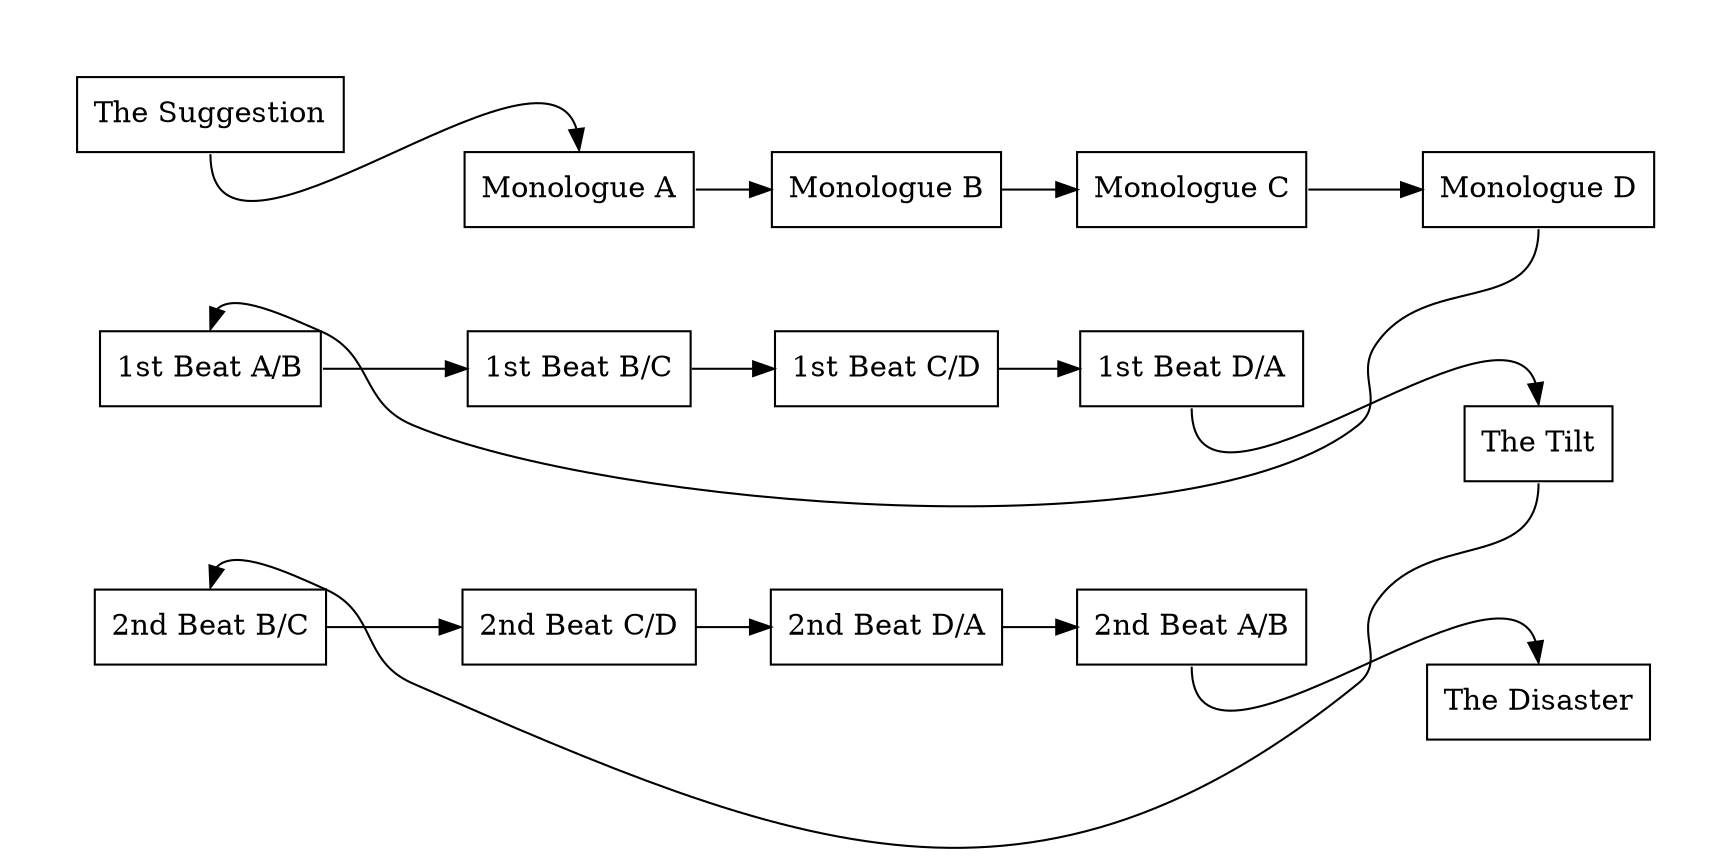
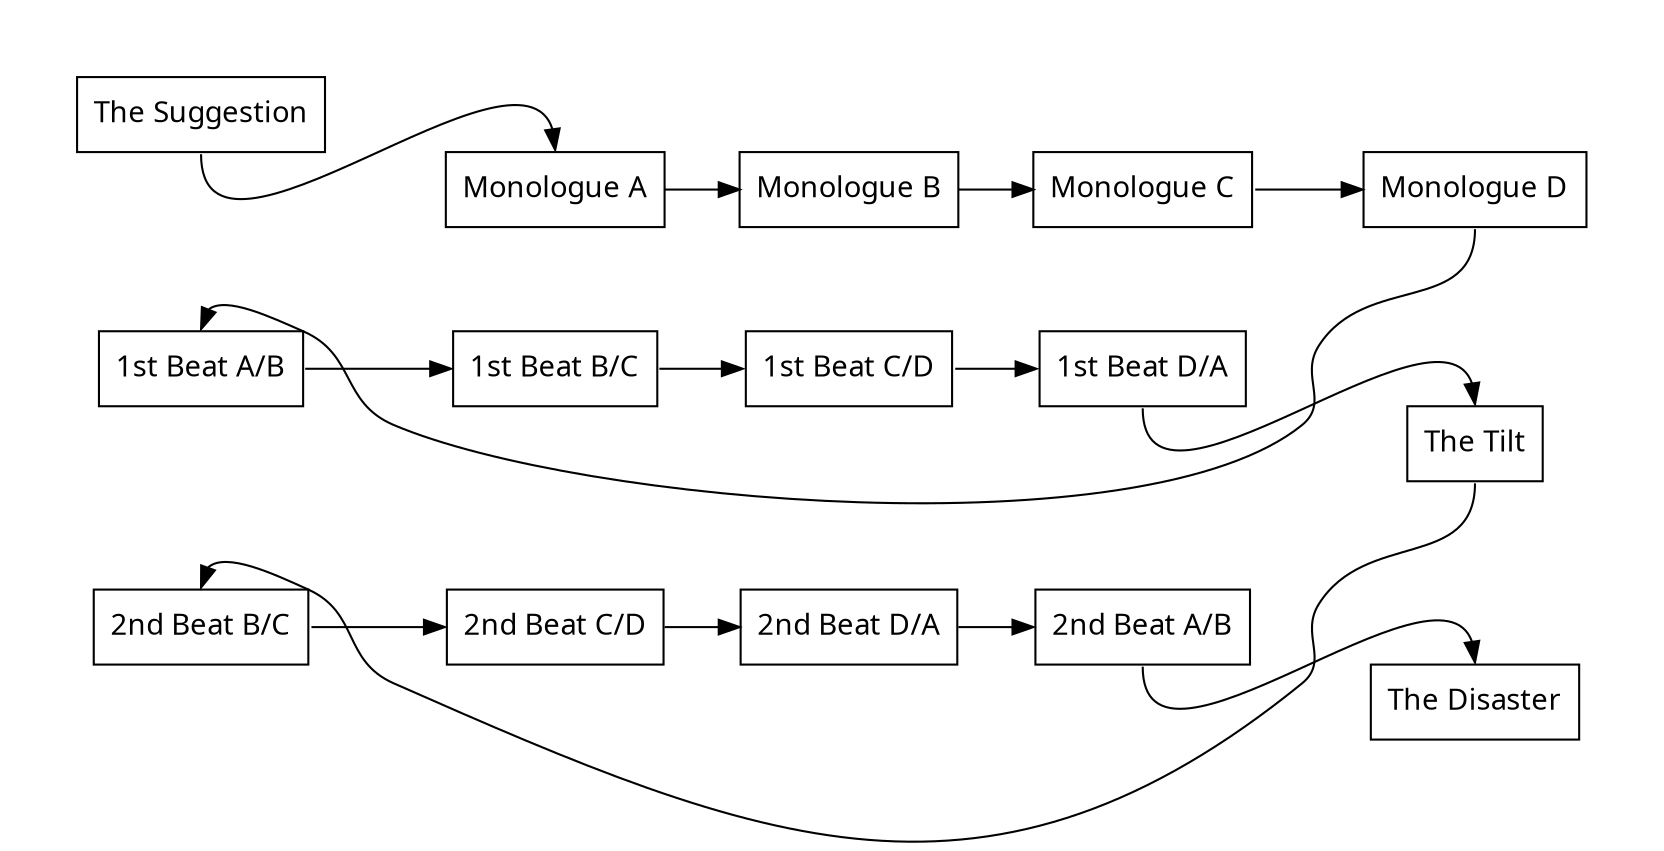
digraph {
+   node [fontname = "Handlee";];
+ 
  clusterrank = local;
  compound = true;
  layout = "dot";
  margin = 0;
  rank = "same";
  rankdir = "LR";

-   subgraph the_suggestion {
+   subgraph {
    cluster = true;
    margin = 25;
    style = invis;

    sg [label = "The Suggestion";shape = rect;];
  }

  sg:s -> m1:n;

-   subgraph opener {
+   subgraph {
    cluster = true;
    margin = 25;
    style = invis;

    m1 [label = "Monologue A";shape = rect;];
    m2 [label = "Monologue B";shape = rect;];
    m3 [label = "Monologue C";shape = rect;];
    m4 [label = "Monologue D";shape = rect;];
  }

  m1:e -> m2:w;
  m2:e -> m3:w;
  m3:e -> m4:w;

-   subgraph first_beats {
+   subgraph {
    cluster = true;
    margin = 25;
    style = invis;

    fb1 [label = "1st Beat A/B";shape = rect;];
    fb2 [label = "1st Beat B/C";shape = rect;];
    fb3 [label = "1st Beat C/D";shape = rect;];
    fb4 [label = "1st Beat D/A";shape = rect;];
  }

  m4:s -> fb1:n [constraint = false;];

  fb1:e -> fb2:w;
  fb2:e -> fb3:w;
  fb3:e -> fb4:w;

-   subgraph the_tilt {
+   subgraph {
    cluster = true;
    margin = 25;
    style = invis;

    tt [label = "The Tilt";shape = rect;];
  }

  fb4:s -> tt:n;

-   subgraph second_beats {
+   subgraph {
    cluster = true;
    margin = 25;
    style = invis;

    sb1 [label = "2nd Beat B/C";shape = rect;];
    sb2 [label = "2nd Beat C/D";shape = rect;];
    sb3 [label = "2nd Beat D/A";shape = rect;];
    sb4 [label = "2nd Beat A/B";shape = rect;];
  }

  tt:s -> sb1:n [constraint = false;];

  sb1:e -> sb2:w;
  sb2:e -> sb3:w;
  sb3:e -> sb4:w;

-   subgraph the_disaster {
+   subgraph {
    cluster = true;
    margin = 25;
    style = invis;

    td [label = "The Disaster";shape = rect;];
  }

  sb4:s -> td:n;
}